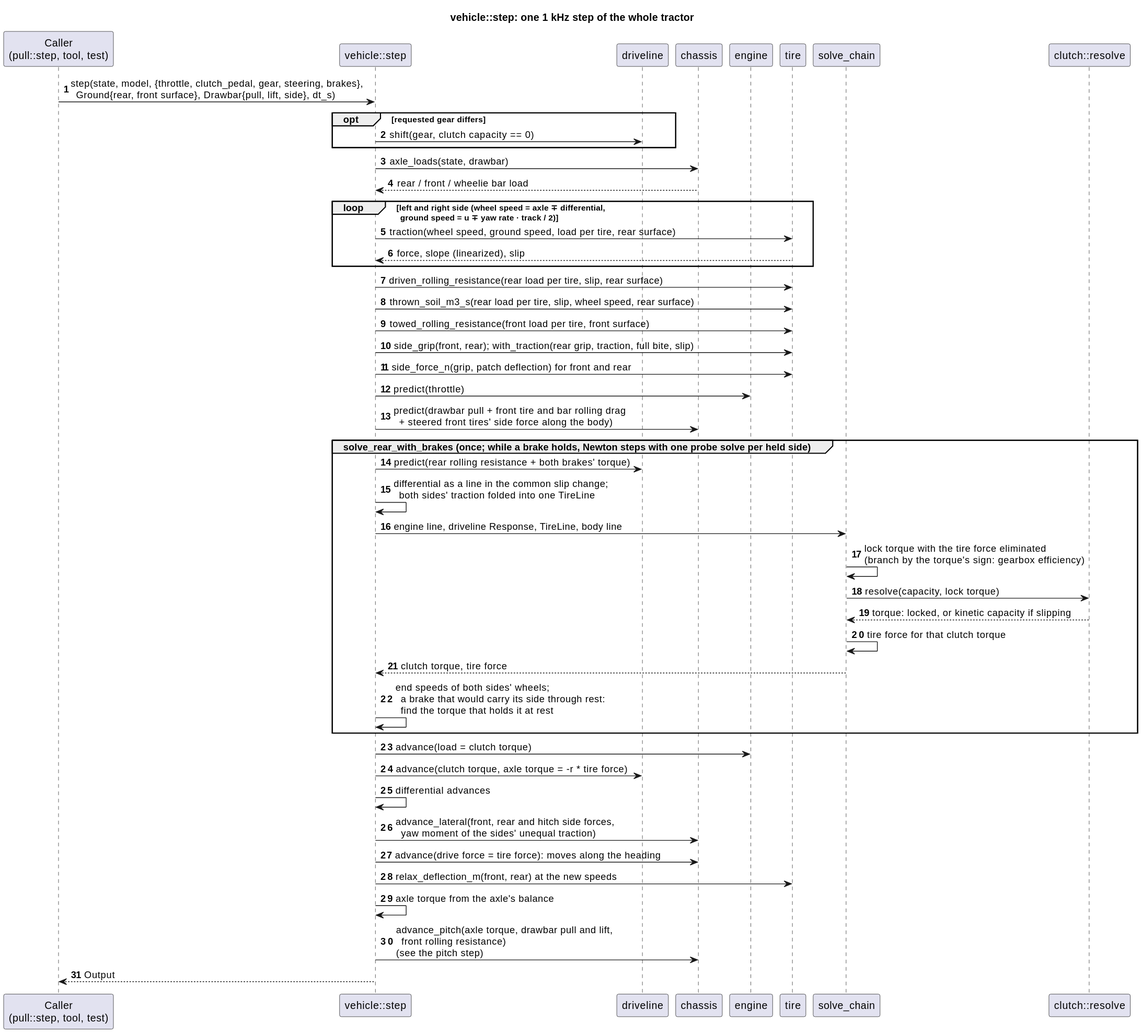
Above: docs/diagrams/svg/vehicle_step_sequence.svg in wversteeg/TractorPulling (PlantUML), before the change.
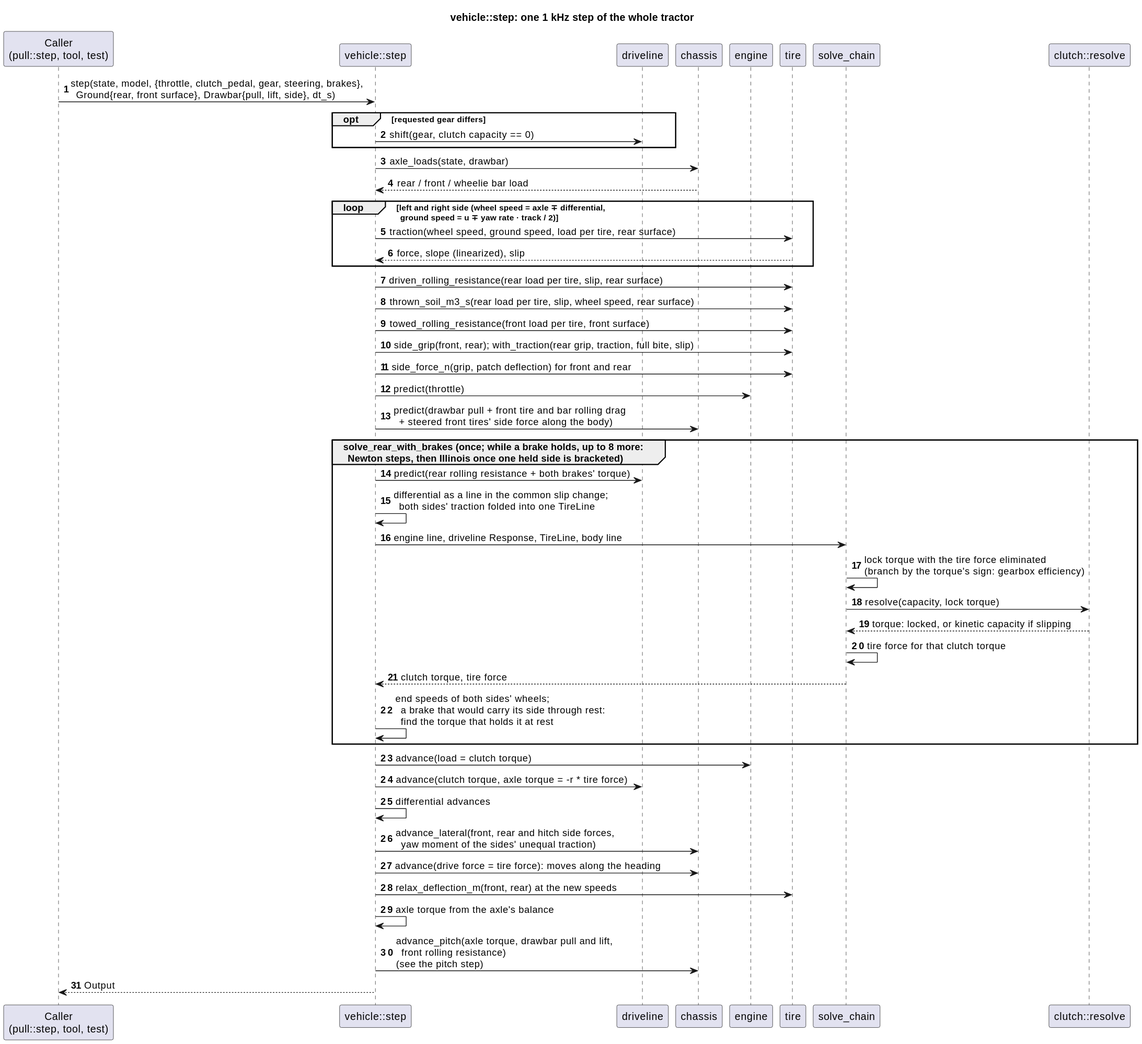
After the change.

Commit message:
Hold brakes robustly, and test for holds that do not converge

Change to the diagram source:
```diff
@@ -27,7 +27,7 @@
 Step -> Tire : side_force_n(grip, patch deflection) for front and rear
 Step -> Engine : predict(throttle)
 Step -> Chassis : predict(drawbar pull + front tire and bar rolling drag\n  + steered front tires' side force along the body)
-group solve_rear_with_brakes (once; while a brake holds, Newton steps with one probe solve per held side)
+group solve_rear_with_brakes (once; while a brake holds, up to 8 more:\n  Newton steps, then Illinois once one held side is bracketed)
 Step -> Driveline : predict(rear rolling resistance + both brakes' torque)
 Step -> Step : differential as a line in the common slip change;\n  both sides' traction folded into one TireLine
 Step -> Solve : engine line, driveline Response, TireLine, body line
```
